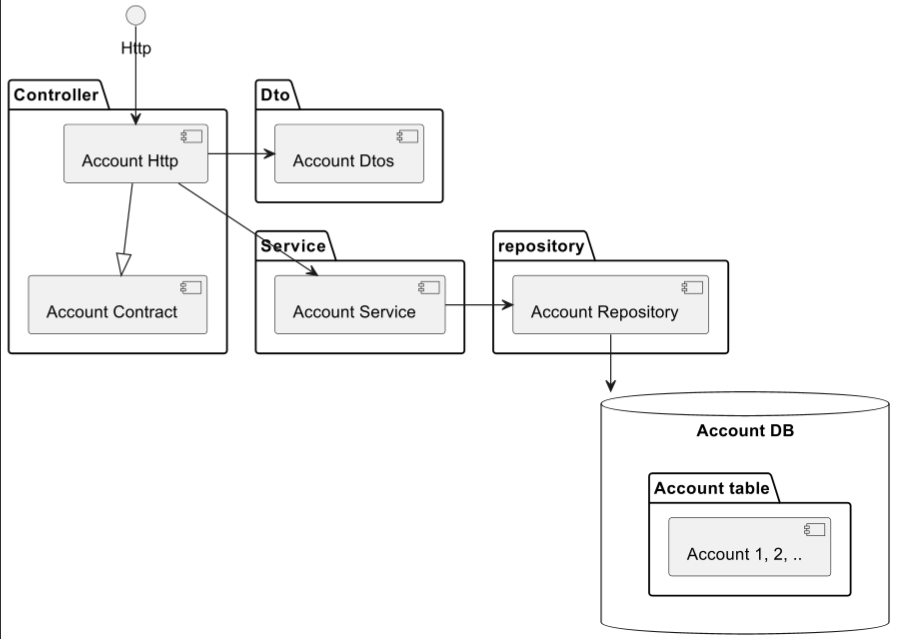
The PlantUML diagram components.png in Thor-TechSavy/account-ms, before a commit. Its source is kept beside it as components.puml. The source it was exported from:
```plantuml
@startuml

package "Dto" {
  [Account Dtos]
}

package "Controller" {
  [Account Http] --|> [Account Contract]
}

package "repository" {
  [Account Repository]
}

package "Service" {
  [Account Service]
}

database "Account DB" {
  folder "Account table" as accounts {
    [Account 1, 2, ..]
  }
}

Http -down-> [Account Http]

[Account Http] -> [Account Dtos]

[Account Http] --> [Account Service]

[Account Service] -> [Account Repository]

[Account Repository] --> [Account DB]

@enduml
```
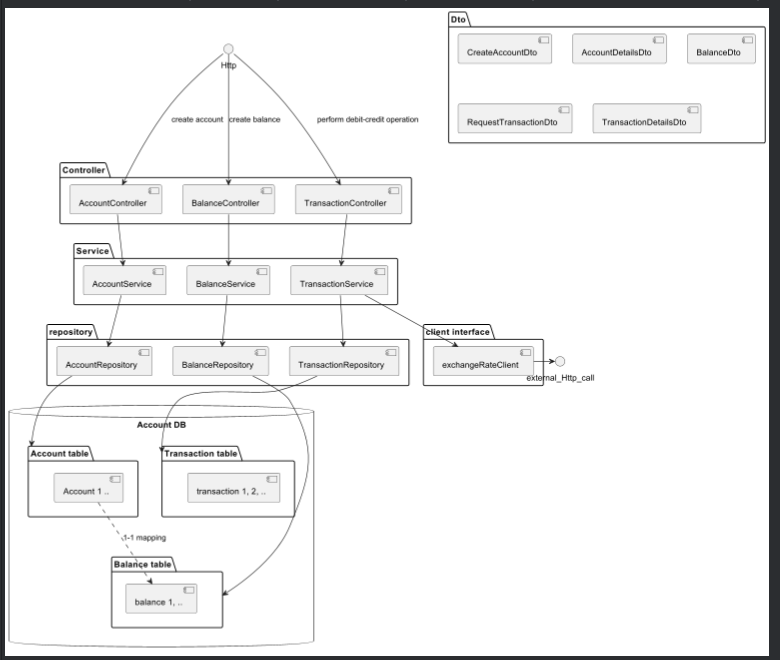
The same diagram one commit later.

Diff of the diagram source:
```diff
@@ -1,35 +1,64 @@
 @startuml
 
 package "Dto" {
-  [Account Dtos]
+  [CreateAccountDto]
+  [AccountDetailsDto]
+  [BalanceDto]
+  [RequestTransactionDto]
+  [TransactionDetailsDto]
 }
 
 package "Controller" {
-  [Account Http] --|> [Account Contract]
+  [AccountController] as account
+  [BalanceController] as balance
+  [TransactionController] as transaction
 }
 
 package "repository" {
-  [Account Repository]
+  [AccountRepository] as accountRepo
+  [BalanceRepository] as balanceRepo
+  [TransactionRepository] as transactionRepo
 }
 
 package "Service" {
-  [Account Service]
+  [AccountService] as accountService
+  [BalanceService] as balanceService
+  [TransactionService] as transactionService
+}
+
+package "client interface" {
+[exchangeRateClient] as exchangeRateInterface
 }
 
 database "Account DB" {
-  folder "Account table" as accounts {
-    [Account 1, 2, ..]
+  folder "Account table" as accountTable {
+    [Account 1 ..] as accountRecord
   }
+  folder "Balance table" as balanceTable {
+    [balance 1, ..] as balanceRecord
+  }
+  folder "Transaction table" as transactionTable {
+    [transaction 1, 2, ..]
+  }
+
+  accountRecord ..> balanceRecord : 1-1 mapping
 }
 
-Http -down-> [Account Http]
+Http --down-> account : create account
+account -> accountService
+accountService -> accountRepo
+accountRepo -> accountTable
 
-[Account Http] -> [Account Dtos]
+Http -down-> balance : create balance
+balance --> balanceService
+balanceService --> balanceRepo
+balanceRepo --> balanceTable
 
-[Account Http] --> [Account Service]
-
-[Account Service] -> [Account Repository]
-
-[Account Repository] --> [Account DB]
+Http -down-> transaction : perform debit-credit operation
+transaction --> transactionService
+transactionService --> exchangeRateInterface
+exchangeRateInterface -> external_Http_call
+transactionService --> transactionRepo
+transactionRepo --> transactionTable
 
 @enduml
```
